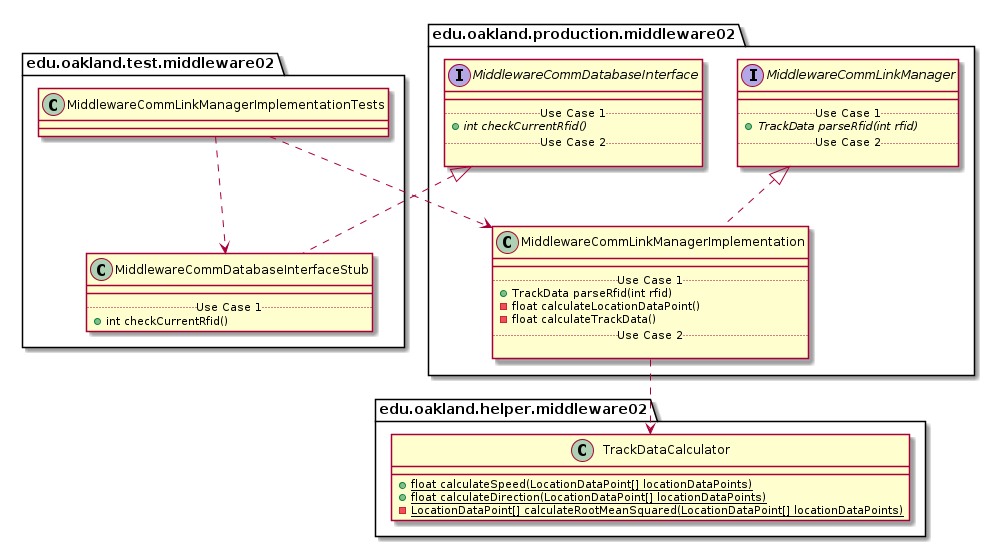
Before: docs/uml-class-diagrams/middleware02/test/MiddlewareCommLinkManagerImplementationTests/MiddlewareCommLinkManagerImplementationTests_Closure.png, a diagram exported from PlantUML (andrewdimmer/csi-3370-software-project). Source of this version:
```plantuml
@startuml MiddlewareCommLinkManagerImplementationTests_Closure


package edu.oakland.test.middleware02 {
    class MiddlewareCommLinkManagerImplementationTests {

    }
}




package edu.oakland.test.middleware02 {
    class MiddlewareCommDatabaseInterfaceStub {
        __
        .. Use Case 1 ..
        + int checkCurrentRfid()
    }
}




package edu.oakland.production.middleware02 {
    interface MiddlewareCommDatabaseInterface {
        __
        .. Use Case 1 ..
        {abstract} + int checkCurrentRfid()
        .. Use Case 2 ..

    }
}






MiddlewareCommDatabaseInterfaceStub .up.|> MiddlewareCommDatabaseInterface



MiddlewareCommLinkManagerImplementationTests ..> MiddlewareCommDatabaseInterfaceStub



package edu.oakland.production.middleware02 {
    class MiddlewareCommLinkManagerImplementation {
        __
        .. Use Case 1 ..
        + TrackData parseRfid(int rfid)
        - float calculateLocationDataPoint()
        - float calculateTrackData()
        .. Use Case 2 ..

    }
}




package edu.oakland.production.middleware02 {
    interface MiddlewareCommLinkManager {
        __
        .. Use Case 1 ..
        {abstract} + TrackData parseRfid(int rfid)
        .. Use Case 2 ..

    }
}






MiddlewareCommLinkManagerImplementation .up.|> MiddlewareCommLinkManager



package edu.oakland.helper.middleware02 {
    class TrackDataCalculator {
        {static} + float calculateSpeed(LocationDataPoint[] locationDataPoints)
        {static} + float calculateDirection(LocationDataPoint[] locationDataPoints)
        {static} - LocationDataPoint[] calculateRootMeanSquared(LocationDataPoint[] locationDataPoints)
    }
}






MiddlewareCommLinkManagerImplementation ..> TrackDataCalculator



MiddlewareCommLinkManagerImplementationTests ..> MiddlewareCommLinkManagerImplementation



@enduml
```
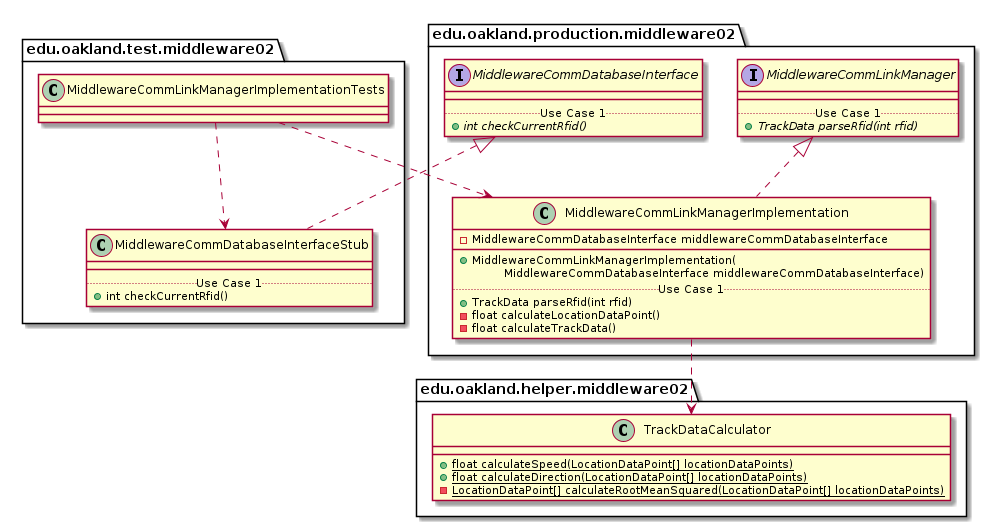
Above is the later version.

The edit, as a diff of the source:
```diff
@@ -26,8 +26,6 @@
         __
         .. Use Case 1 ..
         {abstract} + int checkCurrentRfid()
-        .. Use Case 2 ..
-
     }
 }
 
@@ -46,13 +44,14 @@
 
 package edu.oakland.production.middleware02 {
     class MiddlewareCommLinkManagerImplementation {
+        - MiddlewareCommDatabaseInterface middlewareCommDatabaseInterface
         __
+        + MiddlewareCommLinkManagerImplementation(
+        \tMiddlewareCommDatabaseInterface middlewareCommDatabaseInterface)
         .. Use Case 1 ..
         + TrackData parseRfid(int rfid)
         - float calculateLocationDataPoint()
         - float calculateTrackData()
-        .. Use Case 2 ..
-
     }
 }
 
@@ -64,8 +63,6 @@
         __
         .. Use Case 1 ..
         {abstract} + TrackData parseRfid(int rfid)
-        .. Use Case 2 ..
-
     }
 }
 
```
